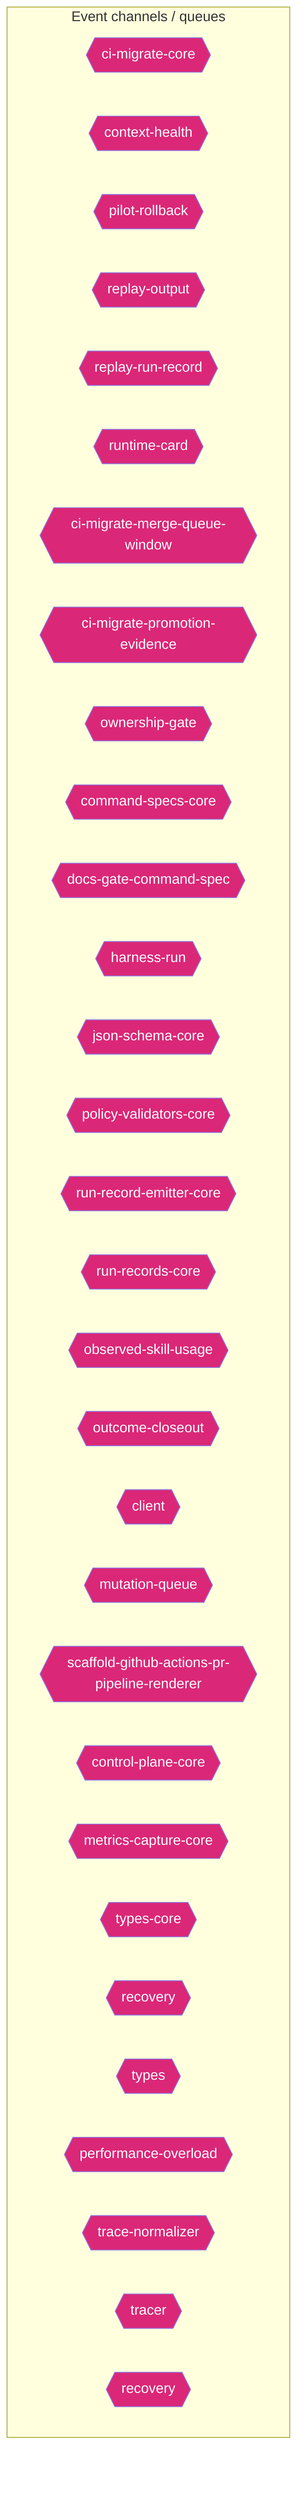
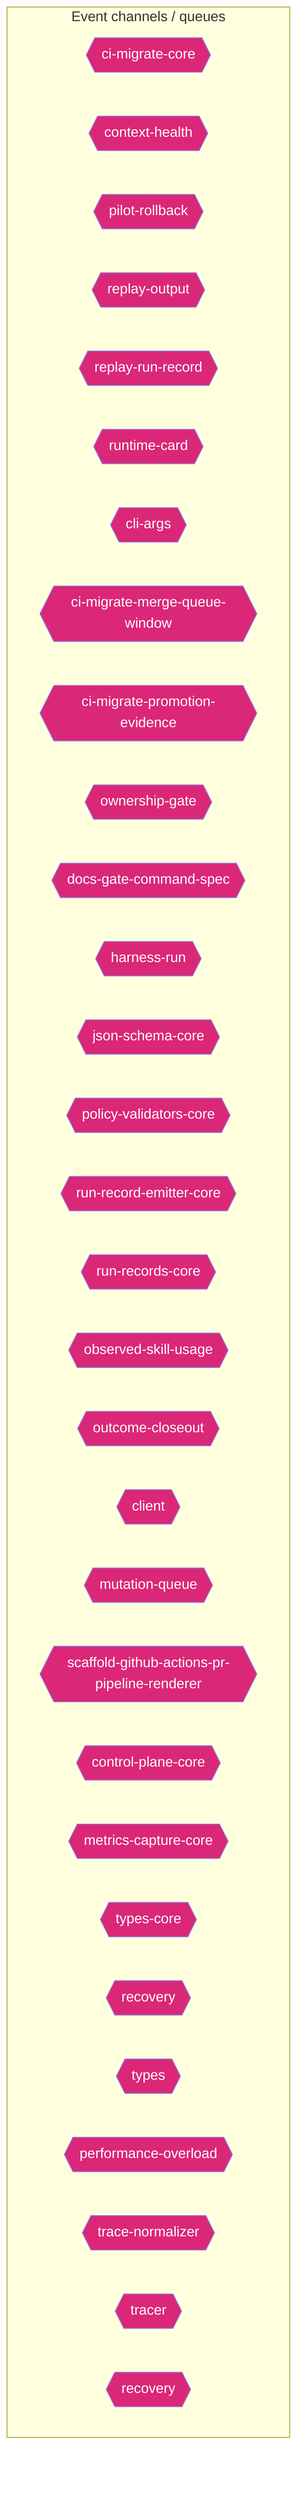
flowchart TD
  subgraph Channels["Event channels / queues"]
    ci_migrate_core_7005b5af{{"ci-migrate-core"}}
    context_health_80bb7da9{{"context-health"}}
    pilot_rollback_00c1f82c{{"pilot-rollback"}}
    replay_output_993eda9e{{"replay-output"}}
    replay_run_record_9a08cce2{{"replay-run-record"}}
    runtime_card_e06b53e1{{"runtime-card"}}
+     cli_args_1_6144b055{{"cli-args"}}
    ci_migrate_merge_queue_window_0070bd6d{{"ci-migrate-merge-queue-window"}}
    ci_migrate_promotion_evidence_1a2dc527{{"ci-migrate-promotion-evidence"}}
    ownership_gate_2e194d13{{"ownership-gate"}}
-     command_specs_core_1c0ffc99{{"command-specs-core"}}
    docs_gate_command_spec_16795187{{"docs-gate-command-spec"}}
    harness_run_c0761792{{"harness-run"}}
    json_schema_core_96d7e328{{"json-schema-core"}}
    policy_validators_core_714a3fe7{{"policy-validators-core"}}
    run_record_emitter_core_688049d5{{"run-record-emitter-core"}}
    run_records_core_89286dfa{{"run-records-core"}}
    observed_skill_usage_ed7d5930{{"observed-skill-usage"}}
    outcome_closeout_ba497ec2{{"outcome-closeout"}}
    client_948fe603{{"client"}}
    mutation_queue_ce5a530e{{"mutation-queue"}}
    scaffold_github_actions_pr_pipeline_renderer_1ee18de5{{"scaffold-github-actions-pr-pipeline-renderer"}}
    control_plane_core_db3b4cb2{{"control-plane-core"}}
    metrics_capture_core_db4bf7cf{{"metrics-capture-core"}}
    types_core_1_8bd0f8fd{{"types-core"}}
    recovery_8c585378{{"recovery"}}
    types_16_0fae1112{{"types"}}
    performance_overload_c685bfcf{{"performance-overload"}}
    trace_normalizer_cb1be1d2{{"trace-normalizer"}}
    tracer_1e6243a2{{"tracer"}}
    recovery_1_4d1804ab{{"recovery"}}
  end
  classDef eventNode fill:#db2777,color:#fff
-   class ci_migrate_core_7005b5af,context_health_80bb7da9,pilot_rollback_00c1f82c,replay_output_993eda9e,replay_run_record_9a08cce2,runtime_card_e06b53e1,ci_migrate_merge_queue_window_0070bd6d,ci_migrate_promotion_evidence_1a2dc527,ownership_gate_2e194d13,command_specs_core_1c0ffc99,docs_gate_command_spec_16795187,harness_run_c0761792,json_schema_core_96d7e328,policy_validators_core_714a3fe7,run_record_emitter_core_688049d5,run_records_core_89286dfa,observed_skill_usage_ed7d5930,outcome_closeout_ba497ec2,client_948fe603,mutation_queue_ce5a530e,scaffold_github_actions_pr_pipeline_renderer_1ee18de5,control_plane_core_db3b4cb2,metrics_capture_core_db4bf7cf,types_core_1_8bd0f8fd,recovery_8c585378,types_16_0fae1112,performance_overload_c685bfcf,trace_normalizer_cb1be1d2,tracer_1e6243a2,recovery_1_4d1804ab eventNode
+   class ci_migrate_core_7005b5af,context_health_80bb7da9,pilot_rollback_00c1f82c,replay_output_993eda9e,replay_run_record_9a08cce2,runtime_card_e06b53e1,cli_args_1_6144b055,ci_migrate_merge_queue_window_0070bd6d,ci_migrate_promotion_evidence_1a2dc527,ownership_gate_2e194d13,docs_gate_command_spec_16795187,harness_run_c0761792,json_schema_core_96d7e328,policy_validators_core_714a3fe7,run_record_emitter_core_688049d5,run_records_core_89286dfa,observed_skill_usage_ed7d5930,outcome_closeout_ba497ec2,client_948fe603,mutation_queue_ce5a530e,scaffold_github_actions_pr_pipeline_renderer_1ee18de5,control_plane_core_db3b4cb2,metrics_capture_core_db4bf7cf,types_core_1_8bd0f8fd,recovery_8c585378,types_16_0fae1112,performance_overload_c685bfcf,trace_normalizer_cb1be1d2,tracer_1e6243a2,recovery_1_4d1804ab eventNode
